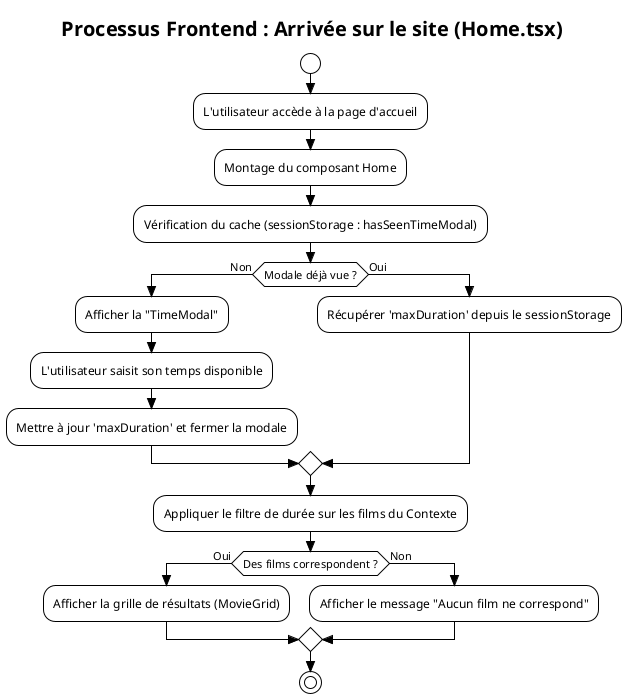
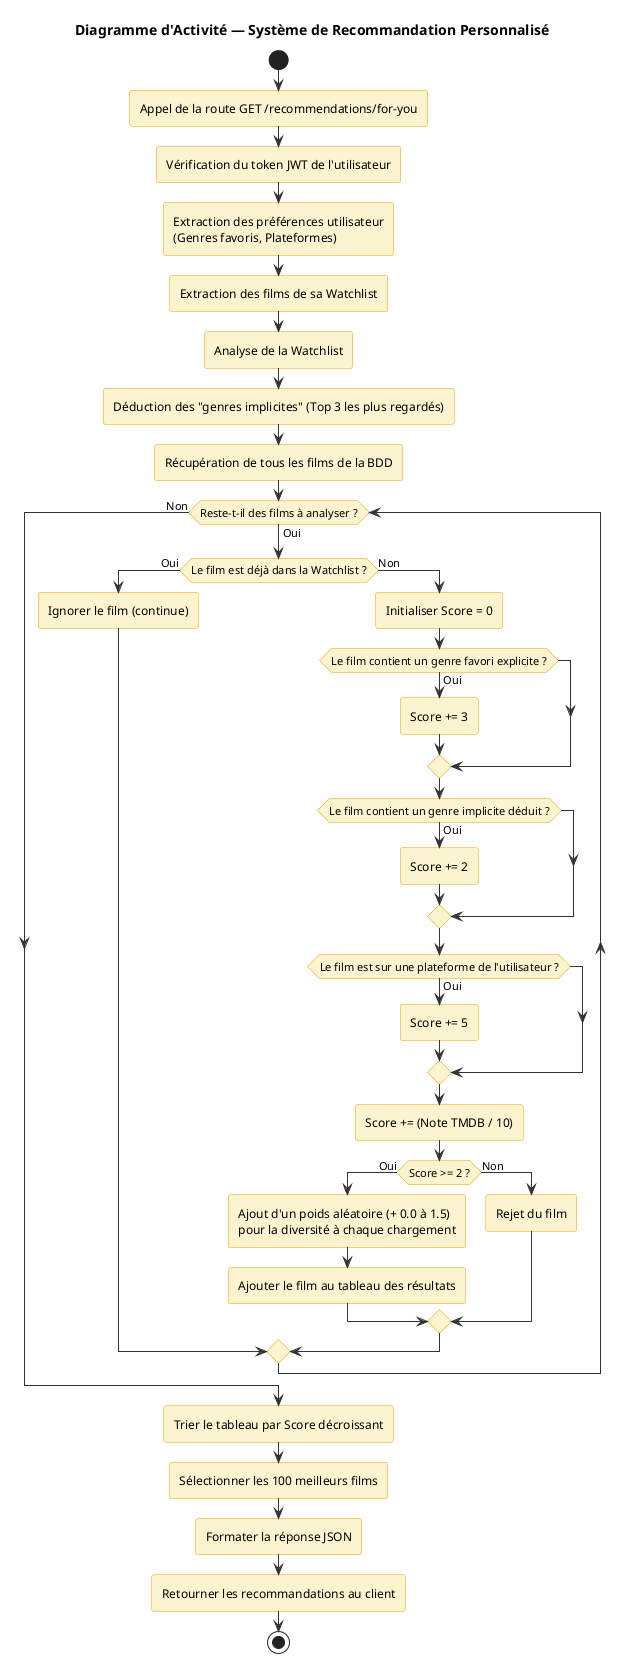
- @startuml
- !theme plain
- skinparam style strictuml
- skinparam TitleFontSize 20
+ @startuml act3
+ title Diagramme d'Activité — Système de Recommandation Personnalisé

- title Processus Frontend : Arrivée sur le site (Home.tsx)
+ skinparam shadowing false
+ skinparam RoundCorner 5
+ skinparam ArrowColor #333333
+ skinparam ActivityBackgroundColor #FCF3CF
+ skinparam ActivityBorderColor #F39C12

start
+ :Appel de la route GET /recommendations/for-you;
+ :Vérification du token JWT de l'utilisateur;
+ :Extraction des préférences utilisateur\n(Genres favoris, Plateformes);
+ :Extraction des films de sa Watchlist;

- :L'utilisateur accède à la page d'accueil;
- :Montage du composant Home;
+ :Analyse de la Watchlist;
+ :Déduction des "genres implicites" (Top 3 les plus regardés);

- :Vérification du cache (sessionStorage : hasSeenTimeModal);
- if (Modale déjà vue ?) then (Non)
-   :Afficher la "TimeModal";
-   :L'utilisateur saisit son temps disponible;
-   :Mettre à jour 'maxDuration' et fermer la modale;
- else (Oui)
-   :Récupérer 'maxDuration' depuis le sessionStorage;
- endif
+ :Récupération de tous les films de la BDD;

- :Appliquer le filtre de durée sur les films du Contexte;
+ while (Reste-t-il des films à analyser ?) is (Oui)
+     if (Le film est déjà dans la Watchlist ?) then (Oui)
+         :Ignorer le film (continue);
+     else (Non)
+         :Initialiser Score = 0;

- if (Des films correspondent ?) then (Oui)
-   :Afficher la grille de résultats (MovieGrid);
- else (Non)
-   :Afficher le message "Aucun film ne correspond";
- endif
+         if (Le film contient un genre favori explicite ?) then (Oui)
+             :Score += 3;
+         endif

+         if (Le film contient un genre implicite déduit ?) then (Oui)
+             :Score += 2;
+         endif
+ 
+         if (Le film est sur une plateforme de l'utilisateur ?) then (Oui)
+             :Score += 5;
+         endif
+ 
+         :Score += (Note TMDB / 10);
+ 
+         if (Score >= 2 ?) then (Oui)
+             :Ajout d'un poids aléatoire (+ 0.0 à 1.5)\npour la diversité à chaque chargement;
+             :Ajouter le film au tableau des résultats;
+         else (Non)
+             :Rejet du film;
+         endif
+     endif
+ endwhile (Non)
+ 
+ :Trier le tableau par Score décroissant;
+ :Sélectionner les 100 meilleurs films;
+ :Formater la réponse JSON;
+ :Retourner les recommandations au client;
stop
+ 
@enduml
